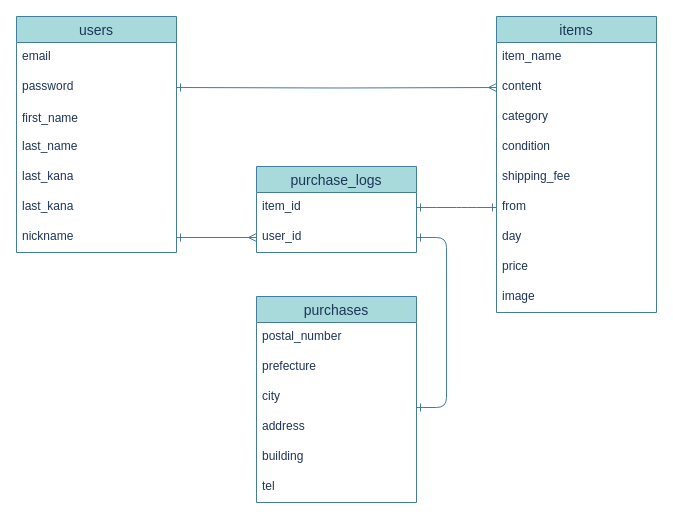
Earlier version of the draw.io diagram ER.dio (saraya103/furima-35195). Source tidied: cells renumbered, new cells numbered last; positions are measured from the earlier drawing's top-left corner, leaving out a move shared by most shapes. Both pictures are drawn from the tidied source at 100%, with x=0, y=0 at pixel (16, 16).
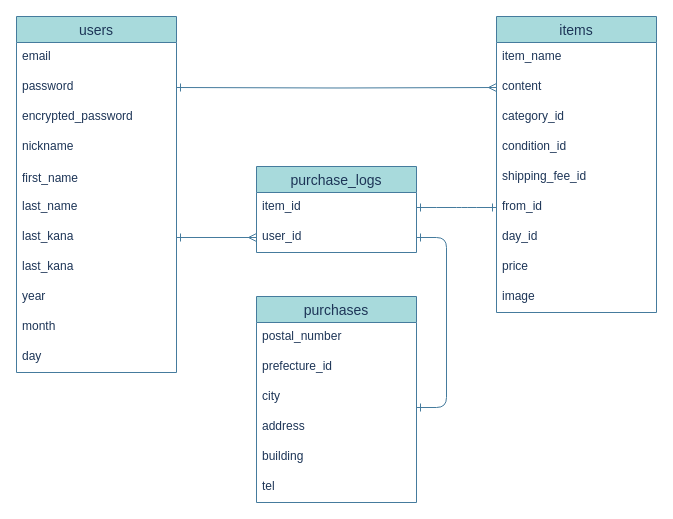
After the change.

The change refers to these unchanged cells:
```xml
<mxCell id="10" value="items" style="swimlane;fontStyle=0;horizontal=1;startSize=26;align=center;fontSize=14;fillColor=#A8DADC;strokeColor=#457B9D;fontColor=#1D3557;swimlaneFillColor=#ffffff;" parent="1" vertex="1">
  <mxGeometry x="480" width="160" height="296" as="geometry" />
</mxCell>
<mxCell id="22" value="user_id" style="text;strokeColor=none;fillColor=none;spacingLeft=4;spacingRight=4;overflow=hidden;points=[[0,0.5],[1,0.5]];portConstraint=eastwest;fontSize=12;fontColor=#1D3557;" parent="20" vertex="1">
  <mxGeometry y="56" width="160" height="30" as="geometry" />
</mxCell>
<mxCell id="23" value="purchases" style="swimlane;fontStyle=0;horizontal=1;startSize=26;align=center;fontSize=14;fillColor=#A8DADC;strokeColor=#457B9D;fontColor=#1D3557;swimlaneFillColor=#ffffff;" parent="1" vertex="1">
  <mxGeometry x="240" y="280" width="160" height="206" as="geometry" />
</mxCell>
```

Change to the diagram source:
```diff
@@
     <mxCell id="2" value="users" style="swimlane;fontStyle=0;horizontal=1;startSize=26;align=center;fontSize=14;fillColor=#A8DADC;strokeColor=#457B9D;fontColor=#1D3557;swimlaneFillColor=#ffffff;" parent="1" vertex="1">
-      <mxGeometry width="160" height="236" as="geometry" />
+      <mxGeometry width="160" height="356" as="geometry" />
     </mxCell>
@@
+    <mxCell id="34" value="encrypted_password" style="text;strokeColor=none;fillColor=none;spacingLeft=4;spacingRight=4;overflow=hidden;fontSize=12;fontColor=#1D3557;" parent="2" vertex="1">
+      <mxGeometry y="86" width="160" height="30" as="geometry" />
+    </mxCell>
+    <mxCell id="9" value="nickname" style="text;strokeColor=none;fillColor=none;spacingLeft=4;spacingRight=4;overflow=hidden;points=[[0,0.5],[1,0.5]];portConstraint=eastwest;fontSize=12;fontColor=#1D3557;" parent="2" vertex="1">
+      <mxGeometry y="116" width="160" height="30" as="geometry" />
+    </mxCell>
     <mxCell id="5" value="first_name" style="text;strokeColor=none;fillColor=none;spacingLeft=4;spacingRight=4;overflow=hidden;fontSize=12;fontColor=#1D3557;spacingTop=2;spacingBottom=1;shadow=1;" parent="2" vertex="1">
-      <mxGeometry y="86" width="160" height="30" as="geometry" />
+      <mxGeometry y="146" width="160" height="30" as="geometry" />
     </mxCell>
     <mxCell id="6" value="last_name" style="text;strokeColor=none;fillColor=none;spacingLeft=4;spacingRight=4;overflow=hidden;fontSize=12;fontColor=#1D3557;" parent="2" vertex="1">
-      <mxGeometry y="116" width="160" height="30" as="geometry" />
+      <mxGeometry y="176" width="160" height="30" as="geometry" />
     </mxCell>
     <mxCell id="7" value="last_kana" style="text;strokeColor=none;fillColor=none;spacingLeft=4;spacingRight=4;overflow=hidden;points=[[0,0.5],[1,0.5]];portConstraint=eastwest;fontSize=12;fontColor=#1D3557;" parent="2" vertex="1">
-      <mxGeometry y="146" width="160" height="30" as="geometry" />
+      <mxGeometry y="206" width="160" height="30" as="geometry" />
     </mxCell>
     <mxCell id="8" value="last_kana" style="text;strokeColor=none;fillColor=none;spacingLeft=4;spacingRight=4;overflow=hidden;fontSize=12;fontColor=#1D3557;" parent="2" vertex="1">
-      <mxGeometry y="176" width="160" height="30" as="geometry" />
+      <mxGeometry y="236" width="160" height="30" as="geometry" />
     </mxCell>
-    <mxCell id="9" value="nickname" style="text;strokeColor=none;fillColor=none;spacingLeft=4;spacingRight=4;overflow=hidden;points=[[0,0.5],[1,0.5]];portConstraint=eastwest;fontSize=12;fontColor=#1D3557;" parent="2" vertex="1">
-      <mxGeometry y="206" width="160" height="30" as="geometry" />
-    </mxCell>
+    <mxCell id="35" value="year" style="text;strokeColor=none;fillColor=none;spacingLeft=4;spacingRight=4;overflow=hidden;fontSize=12;fontColor=#1D3557;" parent="2" vertex="1">
+      <mxGeometry y="266" width="160" height="30" as="geometry" />
+    </mxCell>
+    <mxCell id="36" value="month" style="text;strokeColor=none;fillColor=none;spacingLeft=4;spacingRight=4;overflow=hidden;fontSize=12;fontColor=#1D3557;" parent="2" vertex="1">
+      <mxGeometry y="296" width="160" height="30" as="geometry" />
+    </mxCell>
+    <mxCell id="37" value="day" style="text;strokeColor=none;fillColor=none;spacingLeft=4;spacingRight=4;overflow=hidden;fontSize=12;fontColor=#1D3557;" parent="2" vertex="1">
+      <mxGeometry y="326" width="160" height="30" as="geometry" />
+    </mxCell>
@@
-    <mxCell id="13" value="category" style="text;strokeColor=none;fillColor=none;spacingLeft=4;spacingRight=4;overflow=hidden;fontSize=12;fontColor=#1D3557;" parent="10" vertex="1">
+    <mxCell id="13" value="category_id" style="text;strokeColor=none;fillColor=none;spacingLeft=4;spacingRight=4;overflow=hidden;fontSize=12;fontColor=#1D3557;" parent="10" vertex="1">
       <mxGeometry y="86" width="160" height="30" as="geometry" />
     </mxCell>
-    <mxCell id="14" value="condition" style="text;strokeColor=none;fillColor=none;spacingLeft=4;spacingRight=4;overflow=hidden;fontSize=12;fontColor=#1D3557;" parent="10" vertex="1">
+    <mxCell id="14" value="condition_id" style="text;strokeColor=none;fillColor=none;spacingLeft=4;spacingRight=4;overflow=hidden;fontSize=12;fontColor=#1D3557;" parent="10" vertex="1">
       <mxGeometry y="116" width="160" height="30" as="geometry" />
     </mxCell>
-    <mxCell id="15" value="shipping_fee" style="text;strokeColor=none;fillColor=none;spacingLeft=4;spacingRight=4;overflow=hidden;fontSize=12;fontColor=#1D3557;" parent="10" vertex="1">
+    <mxCell id="15" value="shipping_fee_id" style="text;strokeColor=none;fillColor=none;spacingLeft=4;spacingRight=4;overflow=hidden;fontSize=12;fontColor=#1D3557;" parent="10" vertex="1">
       <mxGeometry y="146" width="160" height="30" as="geometry" />
     </mxCell>
-    <mxCell id="16" value="from" style="text;strokeColor=none;fillColor=none;spacingLeft=4;spacingRight=4;overflow=hidden;fontSize=12;fontColor=#1D3557;" parent="10" vertex="1">
+    <mxCell id="16" value="from_id" style="text;strokeColor=none;fillColor=none;spacingLeft=4;spacingRight=4;overflow=hidden;fontSize=12;fontColor=#1D3557;" parent="10" vertex="1">
       <mxGeometry y="176" width="160" height="30" as="geometry" />
     </mxCell>
-    <mxCell id="17" value="day" style="text;strokeColor=none;fillColor=none;spacingLeft=4;spacingRight=4;overflow=hidden;fontSize=12;fontColor=#1D3557;" parent="10" vertex="1">
+    <mxCell id="17" value="day_id" style="text;strokeColor=none;fillColor=none;spacingLeft=4;spacingRight=4;overflow=hidden;fontSize=12;fontColor=#1D3557;" parent="10" vertex="1">
       <mxGeometry y="206" width="160" height="30" as="geometry" />
     </mxCell>
@@
-    <mxCell id="25" value="prefecture" style="text;strokeColor=none;fillColor=none;spacingLeft=4;spacingRight=4;overflow=hidden;fontSize=12;fontColor=#1D3557;" parent="23" vertex="1">
+    <mxCell id="25" value="prefecture_id" style="text;strokeColor=none;fillColor=none;spacingLeft=4;spacingRight=4;overflow=hidden;fontSize=12;fontColor=#1D3557;" parent="23" vertex="1">
       <mxGeometry y="56" width="160" height="30" as="geometry" />
     </mxCell>
@@
-    <mxCell id="31" style="edgeStyle=orthogonalEdgeStyle;curved=0;rounded=1;sketch=0;jettySize=auto;html=1;exitX=1;exitY=0.5;exitDx=0;exitDy=0;entryX=0;entryY=0.5;entryDx=0;entryDy=0;strokeColor=#457B9D;fillColor=#A8DADC;fontColor=#1D3557;endArrow=ERmany;endFill=0;startArrow=ERone;startFill=0;" parent="1" edge="1" source="9" target="22">
+    <mxCell id="31" style="edgeStyle=orthogonalEdgeStyle;curved=0;rounded=1;sketch=0;jettySize=auto;html=1;exitX=1;exitY=0.5;exitDx=0;exitDy=0;entryX=0;entryY=0.5;entryDx=0;entryDy=0;strokeColor=#457B9D;fillColor=#A8DADC;fontColor=#1D3557;endArrow=ERmany;endFill=0;startArrow=ERone;startFill=0;" parent="1" edge="1" source="7" target="22">
       <mxGeometry relative="1" as="geometry" />
     </mxCell>
```
